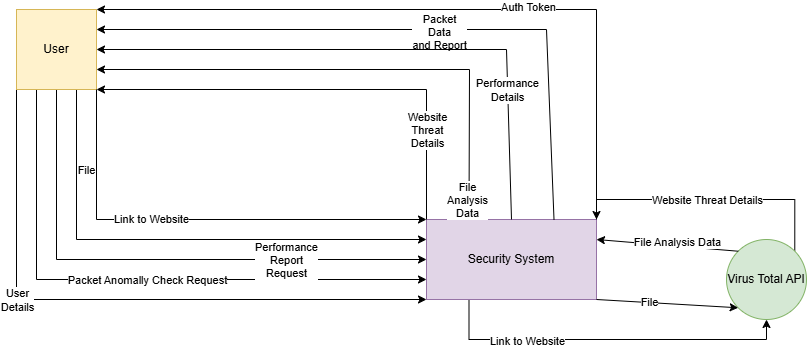
Earlier version of the draw.io export הפרוייקט/Context.png (EyasSh/WiresharkClone). Source tidied: cells renumbered, new cells last; positions are measured from the earlier drawing's top-left corner, leaving out a move shared by most shapes.
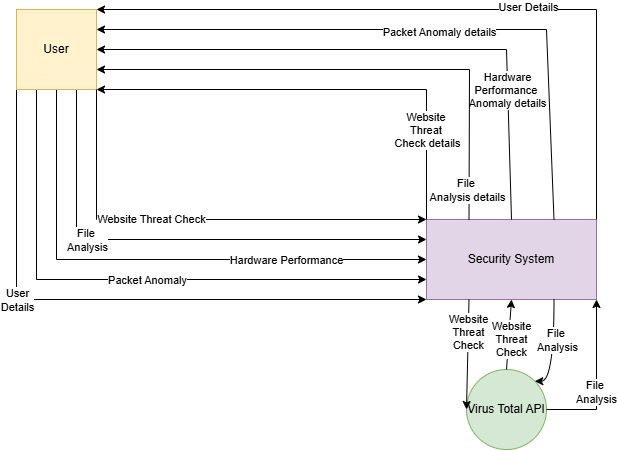
The same file after the commit.

Change to the diagram source:
```diff
@@ -2,12 +2,6 @@
   <root>
     <mxCell id="0" />
     <mxCell id="1" parent="0" />
-    <mxCell id="2" style="edgeStyle=orthogonalEdgeStyle;rounded=0;jettySize=auto;html=1;entryX=0.5;entryY=1;entryDx=0;entryDy=0;exitX=0.25;exitY=1;exitDx=0;exitDy=0;" parent="1" edge="1" source="4" target="28">
-      <mxGeometry relative="1" as="geometry" />
-    </mxCell>
-    <mxCell id="3" value="Link to Website" style="edgeLabel;html=1;align=center;verticalAlign=middle;" parent="2" vertex="1">
-      <mxGeometry x="-0.45" y="-1" relative="1" as="geometry" />
-    </mxCell>
     <mxCell id="4" value="Security System" style="rounded=0;whiteSpace=wrap;html=1;fillColor=#e1d5e7;strokeColor=#9673a6;" parent="1" vertex="1">
       <mxGeometry x="410" y="210" width="170" height="80" as="geometry" />
     </mxCell>
@@ -30,7 +24,7 @@
         </Array>
       </mxGeometry>
     </mxCell>
-    <mxCell id="8" value="Packet Anomally Check Request" style="edgeLabel;html=1;align=center;verticalAlign=middle;" parent="7" vertex="1">
+    <mxCell id="8" value="Packet Anomaly" style="edgeLabel;html=1;align=center;verticalAlign=middle;" parent="7" vertex="1">
       <mxGeometry x="-0.44" y="-1" relative="1" as="geometry">
         <mxPoint x="111" y="28" as="offset" />
       </mxGeometry>
@@ -42,7 +36,7 @@
         </Array>
       </mxGeometry>
     </mxCell>
-    <mxCell id="10" value="Auth Token" style="edgeLabel;html=1;align=center;verticalAlign=middle;" parent="9" vertex="1">
+    <mxCell id="10" value="User Details" style="edgeLabel;html=1;align=center;verticalAlign=middle;" parent="9" vertex="1">
       <mxGeometry x="-0.21" y="-3" relative="1" as="geometry" />
     </mxCell>
     <mxCell id="11" style="endArrow=classic;html=1;rounded=0;exitX=0.75;exitY=0;exitDx=0;exitDy=0;entryX=1;entryY=0.25;entryDx=0;entryDy=0;" parent="1" edge="1" source="4" target="21">
@@ -52,7 +46,7 @@
         </Array>
       </mxGeometry>
     </mxCell>
-    <mxCell id="12" value="Packet&lt;div&gt;Data&lt;/div&gt;&lt;div&gt;and Report&lt;/div&gt;" style="edgeLabel;html=1;align=center;verticalAlign=middle;" parent="11" vertex="1">
+    <mxCell id="12" value="Packet Anomaly details" style="edgeLabel;html=1;align=center;verticalAlign=middle;" parent="11" vertex="1">
       <mxGeometry x="-0.07" y="2" relative="1" as="geometry" />
     </mxCell>
     <mxCell id="13" style="endArrow=classic;html=1;rounded=0;exitX=0.5;exitY=1;exitDx=0;exitDy=0;entryX=0;entryY=0.5;entryDx=0;entryDy=0;" parent="1" edge="1" source="21" target="4">
@@ -62,7 +56,7 @@
         </Array>
       </mxGeometry>
     </mxCell>
-    <mxCell id="14" value="Performance&lt;div&gt;Report&lt;div&gt;Request&lt;/div&gt;&lt;/div&gt;" style="edgeLabel;html=1;align=center;verticalAlign=middle;" parent="13" vertex="1">
+    <mxCell id="14" value="Hardware Performance" style="edgeLabel;html=1;align=center;verticalAlign=middle;" parent="13" vertex="1">
       <mxGeometry x="-0.01" y="2" relative="1" as="geometry">
         <mxPoint x="133" y="2" as="offset" />
       </mxGeometry>
@@ -74,9 +68,9 @@
         </Array>
       </mxGeometry>
     </mxCell>
-    <mxCell id="16" value="File" style="edgeLabel;html=1;align=center;verticalAlign=middle;" parent="15" vertex="1">
+    <mxCell id="16" value="File&amp;nbsp;&lt;div&gt;Analysis&lt;/div&gt;" style="edgeLabel;html=1;align=center;verticalAlign=middle;" parent="15" vertex="1">
       <mxGeometry x="-0.16" relative="1" as="geometry">
-        <mxPoint x="-51" y="-70" as="offset" />
+        <mxPoint x="-50" as="offset" />
       </mxGeometry>
     </mxCell>
     <mxCell id="17" style="endArrow=classic;html=1;rounded=0;exitX=0.5;exitY=0;exitDx=0;exitDy=0;entryX=1;entryY=0.5;entryDx=0;entryDy=0;" parent="1" edge="1" source="4" target="21">
@@ -86,7 +80,7 @@
         </Array>
       </mxGeometry>
     </mxCell>
-    <mxCell id="18" value="Performance&lt;div&gt;Details&lt;/div&gt;" style="edgeLabel;html=1;align=center;verticalAlign=middle;" parent="17" vertex="1">
+    <mxCell id="18" value="Hardware &lt;br&gt;Performance&amp;nbsp;&lt;div&gt;Anomaly details&lt;/div&gt;" style="edgeLabel;html=1;align=center;verticalAlign=middle;" parent="17" vertex="1">
       <mxGeometry x="-0.55" y="1" relative="1" as="geometry" />
     </mxCell>
     <mxCell id="19" style="endArrow=classic;html=1;rounded=0;entryX=1;entryY=0.75;entryDx=0;entryDy=0;exitX=0.25;exitY=0;exitDx=0;exitDy=0;" parent="1" edge="1" source="4" target="21">
@@ -96,9 +90,9 @@
         </Array>
       </mxGeometry>
     </mxCell>
-    <mxCell id="20" value="File&lt;div&gt;Analysis&lt;/div&gt;&lt;div&gt;Data&lt;/div&gt;" style="edgeLabel;html=1;align=center;verticalAlign=middle;" parent="19" vertex="1">
+    <mxCell id="20" value="File&amp;nbsp;&lt;div&gt;Analysis details&lt;/div&gt;" style="edgeLabel;html=1;align=center;verticalAlign=middle;" parent="19" vertex="1">
       <mxGeometry x="-0.21" y="-3" relative="1" as="geometry">
-        <mxPoint x="54" y="133" as="offset" />
+        <mxPoint x="54" y="123" as="offset" />
       </mxGeometry>
     </mxCell>
     <mxCell id="21" value="User" style="whiteSpace=wrap;html=1;fillColor=#fff2cc;strokeColor=#d6b656;" parent="1" vertex="1">
@@ -111,7 +105,7 @@
         </Array>
       </mxGeometry>
     </mxCell>
-    <mxCell id="23" value="Link to Website" style="edgeLabel;html=1;align=center;verticalAlign=middle;" parent="22" vertex="1">
+    <mxCell id="23" value="Website Threat Check" style="edgeLabel;html=1;align=center;verticalAlign=middle;" parent="22" vertex="1">
       <mxGeometry x="-0.2" y="1" relative="1" as="geometry" />
     </mxCell>
     <mxCell id="24" style="endArrow=classic;html=1;rounded=0;exitX=0;exitY=0;exitDx=0;exitDy=0;entryX=1;entryY=1;entryDx=0;entryDy=0;" parent="1" edge="1" source="4" target="21">
@@ -121,38 +115,45 @@
         </Array>
       </mxGeometry>
     </mxCell>
-    <mxCell id="25" value="Website&lt;div&gt;Threat&lt;/div&gt;&lt;div&gt;Details&lt;/div&gt;" style="edgeLabel;html=1;align=center;verticalAlign=middle;" parent="24" vertex="1">
+    <mxCell id="25" value="Website&amp;nbsp;&lt;div&gt;Threat&amp;nbsp;&lt;/div&gt;&lt;div&gt;Check details&lt;/div&gt;" style="edgeLabel;html=1;align=center;verticalAlign=middle;" parent="24" vertex="1">
       <mxGeometry x="-0.55" y="2" relative="1" as="geometry">
         <mxPoint x="2" y="14" as="offset" />
       </mxGeometry>
     </mxCell>
-    <mxCell id="26" style="edgeStyle=orthogonalEdgeStyle;rounded=0;jettySize=auto;html=1;exitX=1;exitY=0;exitDx=0;exitDy=0;entryX=1;entryY=0;entryDx=0;entryDy=0;" parent="1" edge="1" source="28" target="4">
-      <mxGeometry relative="1" as="geometry">
-        <Array as="points">
-          <mxPoint x="778" y="190" />
-          <mxPoint x="580" y="190" />
-        </Array>
-      </mxGeometry>
-    </mxCell>
-    <mxCell id="27" value="Website Threat Details" style="edgeLabel;html=1;align=center;verticalAlign=middle;" parent="26" vertex="1">
-      <mxGeometry x="0.04" relative="1" as="geometry" />
-    </mxCell>
     <mxCell id="28" value="Virus Total API" style="ellipse;whiteSpace=wrap;html=1;fillColor=#d5e8d4;strokeColor=#82b366;" parent="1" vertex="1">
-      <mxGeometry x="710" y="230" width="80" height="80" as="geometry" />
+      <mxGeometry x="450" y="360" width="80" height="80" as="geometry" />
     </mxCell>
-    <mxCell id="29" style="endArrow=classic;html=1;rounded=0;exitX=1;exitY=1;exitDx=0;exitDy=0;entryX=0;entryY=1;entryDx=0;entryDy=0;" parent="1" edge="1" source="4" target="28">
-      <mxGeometry relative="1" as="geometry" />
-    </mxCell>
-    <mxCell id="30" value="File" style="edgeLabel;html=1;align=center;verticalAlign=middle;" parent="29" vertex="1">
-      <mxGeometry x="-0.26" y="1" relative="1" as="geometry" />
-    </mxCell>
-    <mxCell id="31" style="endArrow=classic;html=1;rounded=0;entryX=1;entryY=0.25;entryDx=0;entryDy=0;exitX=0;exitY=0;exitDx=0;exitDy=0;" parent="1" edge="1" source="28" target="4">
-      <mxGeometry relative="1" as="geometry" />
-    </mxCell>
-    <mxCell id="32" value="File Analysis Data" style="edgeLabel;html=1;align=center;verticalAlign=middle;" parent="31" vertex="1">
-      <mxGeometry x="0.26" y="-2" relative="1" as="geometry">
-        <mxPoint x="27" as="offset" />
-      </mxGeometry>
-    </mxCell>
+    <mxCell id="33" style="endArrow=classic;html=1;rounded=0;entryX=0;entryY=0.5;entryDx=0;entryDy=0;exitX=0.25;exitY=1;exitDx=0;exitDy=0;" parent="1" edge="1" source="4" target="28">
+      <mxGeometry relative="1" as="geometry" />
+    </mxCell>
+    <mxCell id="34" value="Website&lt;div&gt;Threat&lt;/div&gt;&lt;div&gt;Check&lt;/div&gt;" style="edgeLabel;html=1;align=center;verticalAlign=middle;" parent="33" vertex="1">
+      <mxGeometry x="-0.4" relative="1" as="geometry" />
+    </mxCell>
+    <mxCell id="35" style="endArrow=classic;html=1;rounded=0;entryX=0.5;entryY=1;entryDx=0;entryDy=0;exitX=0.5;exitY=0;exitDx=0;exitDy=0;" parent="1" edge="1" source="28" target="4">
+      <mxGeometry relative="1" as="geometry" />
+    </mxCell>
+    <mxCell id="36" value="Website&lt;div&gt;Threat&lt;/div&gt;&lt;div&gt;Check&lt;/div&gt;" style="edgeLabel;html=1;align=center;verticalAlign=middle;" parent="35" vertex="1">
+      <mxGeometry x="0.11" y="3" relative="1" as="geometry">
+        <mxPoint x="5" y="9" as="offset" />
+      </mxGeometry>
+    </mxCell>
+    <mxCell id="37" style="endArrow=classic;html=1;rounded=0;entryX=1;entryY=1;entryDx=0;entryDy=0;exitX=1;exitY=0.5;exitDx=0;exitDy=0;edgeStyle=orthogonalEdgeStyle;" parent="1" edge="1" source="28" target="4">
+      <mxGeometry relative="1" as="geometry" />
+    </mxCell>
+    <mxCell id="38" value="File&amp;nbsp;&lt;div&gt;Analysis&lt;/div&gt;" style="edgeLabel;html=1;align=center;verticalAlign=middle;" parent="37" vertex="1">
+      <mxGeometry x="-0.15" y="1" relative="1" as="geometry" />
+    </mxCell>
+    <mxCell id="39" style="endArrow=classic;html=1;rounded=0;exitX=0.75;exitY=1;exitDx=0;exitDy=0;entryX=1;entryY=0;entryDx=0;entryDy=0;edgeStyle=orthogonalEdgeStyle;curved=1;" parent="1" edge="1" source="4" target="28">
+      <mxGeometry relative="1" as="geometry">
+        <Array as="points">
+          <mxPoint x="538" y="372" />
+        </Array>
+      </mxGeometry>
+    </mxCell>
+    <mxCell id="40" value="File&amp;nbsp;&lt;div&gt;Analysis&lt;/div&gt;" style="edgeLabel;html=1;align=center;verticalAlign=middle;" parent="39" vertex="1">
+      <mxGeometry x="-0.77" relative="1" as="geometry">
+        <mxPoint x="3" y="28" as="offset" />
+      </mxGeometry>
+    </mxCell>
   </root>
 </mxGraphModel>
```
